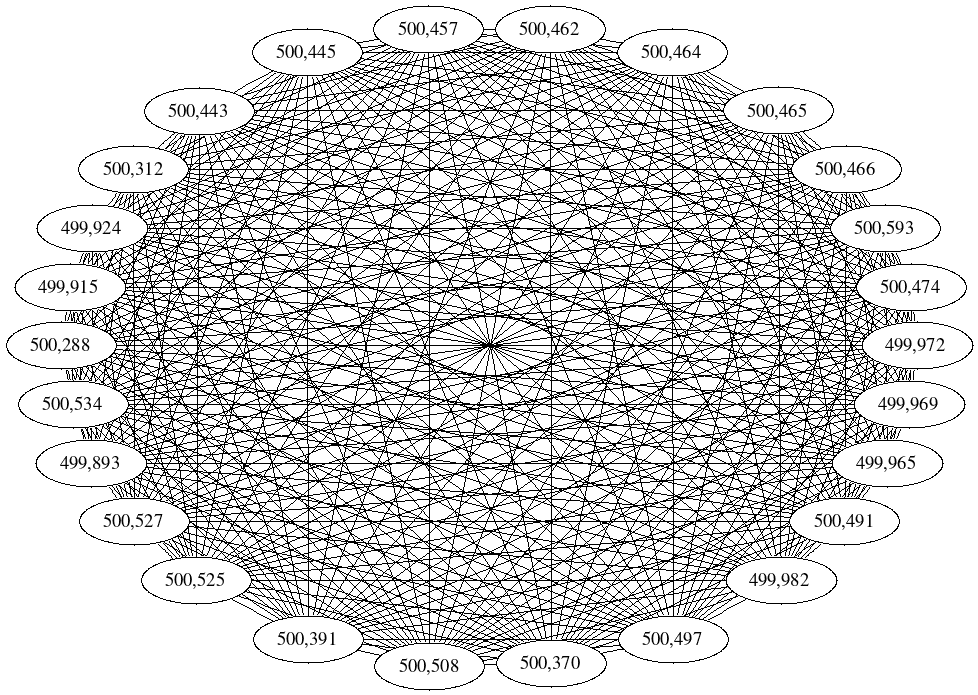
This is notebooks/graphs/BACTEROIDALES_cc4.png from fedarko/sheepgut, a Graphviz export, as it was before one commit. Its source is kept beside it as notebooks/graphs/BACTEROIDALES_cc4.gv.
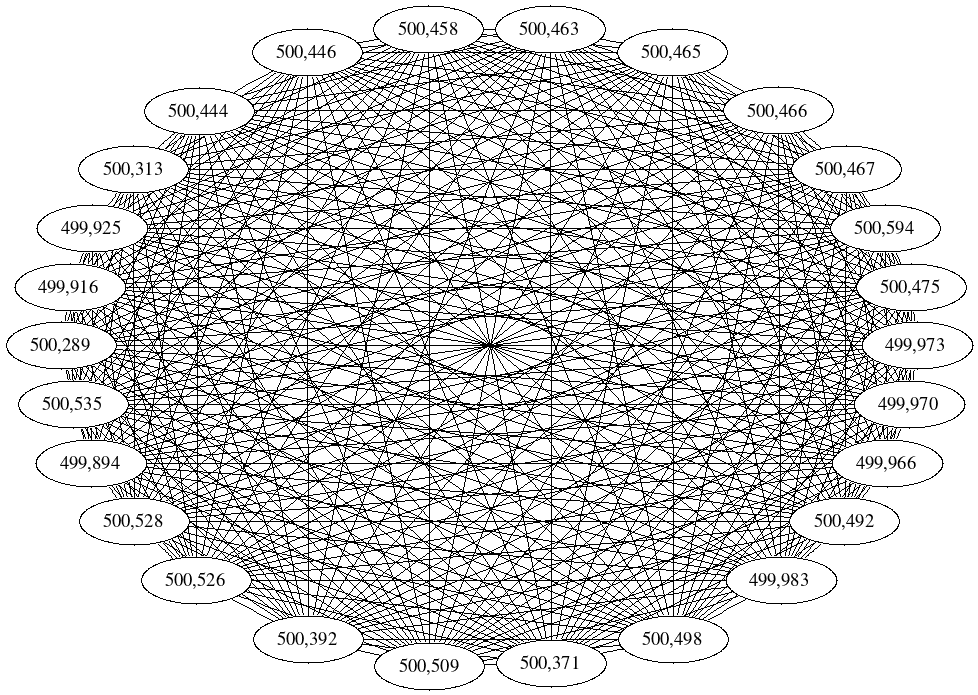
After the commit.

What changed in the source:
```diff
@@ -1,355 +1,355 @@
 graph BACTEROIDALES_cc4 {
 	overlap="prism50";
 	outputorder="edgesfirst";
-	"499,969" [style="filled", fillcolor="#ffffff", fontcolor="#000000"];
-	"499,972" [style="filled", fillcolor="#ffffff", fontcolor="#000000"];
-	"500,491" [style="filled", fillcolor="#ffffff", fontcolor="#000000"];
-	"499,982" [style="filled", fillcolor="#ffffff", fontcolor="#000000"];
-	"500,497" [style="filled", fillcolor="#ffffff", fontcolor="#000000"];
-	"500,370" [style="filled", fillcolor="#ffffff", fontcolor="#000000"];
-	"500,508" [style="filled", fillcolor="#ffffff", fontcolor="#000000"];
-	"500,391" [style="filled", fillcolor="#ffffff", fontcolor="#000000"];
-	"500,525" [style="filled", fillcolor="#ffffff", fontcolor="#000000"];
-	"500,527" [style="filled", fillcolor="#ffffff", fontcolor="#000000"];
-	"499,893" [style="filled", fillcolor="#ffffff", fontcolor="#000000"];
-	"500,534" [style="filled", fillcolor="#ffffff", fontcolor="#000000"];
-	"500,288" [style="filled", fillcolor="#ffffff", fontcolor="#000000"];
-	"499,915" [style="filled", fillcolor="#ffffff", fontcolor="#000000"];
-	"499,924" [style="filled", fillcolor="#ffffff", fontcolor="#000000"];
-	"500,312" [style="filled", fillcolor="#ffffff", fontcolor="#000000"];
-	"500,443" [style="filled", fillcolor="#ffffff", fontcolor="#000000"];
-	"500,445" [style="filled", fillcolor="#ffffff", fontcolor="#000000"];
-	"500,457" [style="filled", fillcolor="#ffffff", fontcolor="#000000"];
-	"500,462" [style="filled", fillcolor="#ffffff", fontcolor="#000000"];
-	"500,464" [style="filled", fillcolor="#ffffff", fontcolor="#000000"];
+	"499,970" [style="filled", fillcolor="#ffffff", fontcolor="#000000"];
+	"499,973" [style="filled", fillcolor="#ffffff", fontcolor="#000000"];
+	"500,492" [style="filled", fillcolor="#ffffff", fontcolor="#000000"];
+	"499,983" [style="filled", fillcolor="#ffffff", fontcolor="#000000"];
+	"500,498" [style="filled", fillcolor="#ffffff", fontcolor="#000000"];
+	"500,371" [style="filled", fillcolor="#ffffff", fontcolor="#000000"];
+	"500,509" [style="filled", fillcolor="#ffffff", fontcolor="#000000"];
+	"500,392" [style="filled", fillcolor="#ffffff", fontcolor="#000000"];
+	"500,526" [style="filled", fillcolor="#ffffff", fontcolor="#000000"];
+	"500,528" [style="filled", fillcolor="#ffffff", fontcolor="#000000"];
+	"499,894" [style="filled", fillcolor="#ffffff", fontcolor="#000000"];
+	"500,535" [style="filled", fillcolor="#ffffff", fontcolor="#000000"];
+	"500,289" [style="filled", fillcolor="#ffffff", fontcolor="#000000"];
+	"499,916" [style="filled", fillcolor="#ffffff", fontcolor="#000000"];
+	"499,925" [style="filled", fillcolor="#ffffff", fontcolor="#000000"];
+	"500,313" [style="filled", fillcolor="#ffffff", fontcolor="#000000"];
+	"500,444" [style="filled", fillcolor="#ffffff", fontcolor="#000000"];
+	"500,446" [style="filled", fillcolor="#ffffff", fontcolor="#000000"];
+	"500,458" [style="filled", fillcolor="#ffffff", fontcolor="#000000"];
+	"500,463" [style="filled", fillcolor="#ffffff", fontcolor="#000000"];
 	"500,465" [style="filled", fillcolor="#ffffff", fontcolor="#000000"];
 	"500,466" [style="filled", fillcolor="#ffffff", fontcolor="#000000"];
-	"500,593" [style="filled", fillcolor="#ffffff", fontcolor="#000000"];
-	"500,474" [style="filled", fillcolor="#ffffff", fontcolor="#000000"];
-	"499,965" [style="filled", fillcolor="#ffffff", fontcolor="#000000"];
-	"499,969" -- "499,893";
-	"499,969" -- "499,915";
-	"499,969" -- "499,924";
-	"499,969" -- "499,965";
-	"499,969" -- "499,972";
-	"499,969" -- "499,982";
-	"499,969" -- "500,288";
-	"499,969" -- "500,312";
-	"499,969" -- "500,370";
-	"499,969" -- "500,443";
-	"499,969" -- "500,445";
-	"499,969" -- "500,457";
-	"499,969" -- "500,462";
-	"499,969" -- "500,464";
-	"499,969" -- "500,465";
-	"499,969" -- "500,466";
-	"499,969" -- "500,474";
-	"499,969" -- "500,491";
-	"499,969" -- "500,497";
-	"499,969" -- "500,508";
-	"499,969" -- "500,525";
-	"499,969" -- "500,527";
-	"499,969" -- "500,534";
-	"499,969" -- "500,593";
-	"499,969" -- "500,391";
-	"499,972" -- "499,893";
-	"499,972" -- "499,915";
-	"499,972" -- "499,924";
-	"499,972" -- "499,965";
-	"499,972" -- "499,982";
-	"499,972" -- "500,288";
-	"499,972" -- "500,312";
-	"499,972" -- "500,370";
-	"499,972" -- "500,443";
-	"499,972" -- "500,445";
-	"499,972" -- "500,457";
-	"499,972" -- "500,462";
-	"499,972" -- "500,464";
-	"499,972" -- "500,465";
-	"499,972" -- "500,466";
-	"499,972" -- "500,474";
-	"499,972" -- "500,491";
-	"499,972" -- "500,497";
-	"499,972" -- "500,508";
-	"499,972" -- "500,525";
-	"499,972" -- "500,527";
-	"499,972" -- "500,534";
-	"499,972" -- "500,593";
-	"499,972" -- "500,391";
-	"500,491" -- "499,893";
-	"500,491" -- "499,915";
-	"500,491" -- "499,924";
-	"500,491" -- "499,965";
-	"500,491" -- "499,982";
-	"500,491" -- "500,288";
-	"500,491" -- "500,312";
-	"500,491" -- "500,370";
-	"500,491" -- "500,443";
-	"500,491" -- "500,445";
-	"500,491" -- "500,457";
-	"500,491" -- "500,462";
-	"500,491" -- "500,464";
-	"500,491" -- "500,465";
-	"500,491" -- "500,466";
-	"500,491" -- "500,474";
-	"500,491" -- "500,497";
-	"500,491" -- "500,508";
-	"500,491" -- "500,525";
-	"500,491" -- "500,527";
-	"500,491" -- "500,534";
-	"500,491" -- "500,593";
-	"500,491" -- "500,391";
-	"499,982" -- "499,893";
-	"499,982" -- "499,915";
-	"499,982" -- "499,924";
-	"499,982" -- "499,965";
-	"499,982" -- "500,288";
-	"499,982" -- "500,312";
-	"499,982" -- "500,370";
-	"499,982" -- "500,443";
-	"499,982" -- "500,445";
-	"499,982" -- "500,457";
-	"499,982" -- "500,462";
-	"499,982" -- "500,464";
-	"499,982" -- "500,465";
-	"499,982" -- "500,466";
-	"499,982" -- "500,474";
-	"499,982" -- "500,497";
-	"499,982" -- "500,508";
-	"499,982" -- "500,525";
-	"499,982" -- "500,527";
-	"499,982" -- "500,534";
-	"499,982" -- "500,593";
-	"499,982" -- "500,391";
-	"500,497" -- "499,893";
-	"500,497" -- "499,915";
-	"500,497" -- "499,924";
-	"500,497" -- "499,965";
-	"500,497" -- "500,288";
-	"500,497" -- "500,312";
-	"500,497" -- "500,370";
-	"500,497" -- "500,443";
-	"500,497" -- "500,445";
-	"500,497" -- "500,457";
-	"500,497" -- "500,462";
-	"500,497" -- "500,464";
-	"500,497" -- "500,465";
-	"500,497" -- "500,466";
-	"500,497" -- "500,474";
-	"500,497" -- "500,508";
-	"500,497" -- "500,525";
-	"500,497" -- "500,527";
-	"500,497" -- "500,534";
-	"500,497" -- "500,593";
-	"500,497" -- "500,391";
-	"500,370" -- "499,893";
-	"500,370" -- "499,915";
-	"500,370" -- "499,924";
-	"500,370" -- "499,965";
-	"500,370" -- "500,288";
-	"500,370" -- "500,312";
-	"500,370" -- "500,443";
-	"500,370" -- "500,445";
-	"500,370" -- "500,457";
-	"500,370" -- "500,462";
-	"500,370" -- "500,464";
-	"500,370" -- "500,465";
-	"500,370" -- "500,466";
-	"500,370" -- "500,474";
-	"500,370" -- "500,508";
-	"500,370" -- "500,525";
-	"500,370" -- "500,527";
-	"500,370" -- "500,534";
-	"500,370" -- "500,593";
-	"500,370" -- "500,391";
-	"500,508" -- "499,893";
-	"500,508" -- "499,915";
-	"500,508" -- "499,924";
-	"500,508" -- "499,965";
-	"500,508" -- "500,288";
-	"500,508" -- "500,312";
-	"500,508" -- "500,443";
-	"500,508" -- "500,445";
-	"500,508" -- "500,457";
-	"500,508" -- "500,462";
-	"500,508" -- "500,464";
-	"500,508" -- "500,465";
-	"500,508" -- "500,466";
-	"500,508" -- "500,474";
-	"500,508" -- "500,525";
-	"500,508" -- "500,527";
-	"500,508" -- "500,534";
-	"500,508" -- "500,593";
-	"500,508" -- "500,391";
-	"500,391" -- "499,893";
-	"500,391" -- "499,915";
-	"500,391" -- "499,924";
-	"500,391" -- "499,965";
-	"500,391" -- "500,288";
-	"500,391" -- "500,312";
-	"500,391" -- "500,443";
-	"500,391" -- "500,445";
-	"500,391" -- "500,457";
-	"500,391" -- "500,462";
-	"500,391" -- "500,464";
-	"500,391" -- "500,465";
-	"500,391" -- "500,466";
-	"500,391" -- "500,474";
-	"500,391" -- "500,525";
-	"500,391" -- "500,527";
-	"500,391" -- "500,534";
-	"500,391" -- "500,593";
-	"500,525" -- "499,893";
-	"500,525" -- "499,915";
-	"500,525" -- "499,924";
-	"500,525" -- "499,965";
-	"500,525" -- "500,288";
-	"500,525" -- "500,312";
-	"500,525" -- "500,443";
-	"500,525" -- "500,445";
-	"500,525" -- "500,457";
-	"500,525" -- "500,462";
-	"500,525" -- "500,464";
-	"500,525" -- "500,465";
-	"500,525" -- "500,466";
-	"500,525" -- "500,474";
-	"500,525" -- "500,527";
-	"500,525" -- "500,534";
-	"500,525" -- "500,593";
-	"500,527" -- "499,893";
-	"500,527" -- "499,915";
-	"500,527" -- "499,924";
-	"500,527" -- "499,965";
-	"500,527" -- "500,288";
-	"500,527" -- "500,312";
-	"500,527" -- "500,443";
-	"500,527" -- "500,445";
-	"500,527" -- "500,457";
-	"500,527" -- "500,462";
-	"500,527" -- "500,464";
-	"500,527" -- "500,465";
-	"500,527" -- "500,466";
-	"500,527" -- "500,474";
-	"500,527" -- "500,534";
-	"500,527" -- "500,593";
-	"499,893" -- "499,915";
-	"499,893" -- "499,924";
-	"499,893" -- "499,965";
-	"499,893" -- "500,288";
-	"499,893" -- "500,312";
-	"499,893" -- "500,443";
-	"499,893" -- "500,445";
-	"499,893" -- "500,457";
-	"499,893" -- "500,462";
-	"499,893" -- "500,464";
-	"499,893" -- "500,465";
-	"499,893" -- "500,466";
-	"499,893" -- "500,474";
-	"499,893" -- "500,534";
-	"499,893" -- "500,593";
-	"500,534" -- "499,915";
-	"500,534" -- "499,924";
-	"500,534" -- "499,965";
-	"500,534" -- "500,288";
-	"500,534" -- "500,312";
-	"500,534" -- "500,443";
-	"500,534" -- "500,445";
-	"500,534" -- "500,457";
-	"500,534" -- "500,462";
-	"500,534" -- "500,464";
-	"500,534" -- "500,465";
-	"500,534" -- "500,466";
-	"500,534" -- "500,474";
-	"500,534" -- "500,593";
-	"500,288" -- "499,915";
-	"500,288" -- "499,924";
-	"500,288" -- "499,965";
-	"500,288" -- "500,312";
-	"500,288" -- "500,443";
-	"500,288" -- "500,445";
-	"500,288" -- "500,457";
-	"500,288" -- "500,462";
-	"500,288" -- "500,464";
-	"500,288" -- "500,465";
-	"500,288" -- "500,466";
-	"500,288" -- "500,474";
-	"500,288" -- "500,593";
-	"499,915" -- "499,924";
-	"499,915" -- "499,965";
-	"499,915" -- "500,312";
-	"499,915" -- "500,443";
-	"499,915" -- "500,445";
-	"499,915" -- "500,457";
-	"499,915" -- "500,462";
-	"499,915" -- "500,464";
-	"499,915" -- "500,465";
-	"499,915" -- "500,466";
-	"499,915" -- "500,474";
-	"499,915" -- "500,593";
-	"499,924" -- "499,965";
-	"499,924" -- "500,312";
-	"499,924" -- "500,443";
-	"499,924" -- "500,445";
-	"499,924" -- "500,457";
-	"499,924" -- "500,462";
-	"499,924" -- "500,464";
-	"499,924" -- "500,465";
-	"499,924" -- "500,466";
-	"499,924" -- "500,474";
-	"499,924" -- "500,593";
-	"500,312" -- "499,965";
-	"500,312" -- "500,443";
-	"500,312" -- "500,445";
-	"500,312" -- "500,457";
-	"500,312" -- "500,462";
-	"500,312" -- "500,464";
-	"500,312" -- "500,465";
-	"500,312" -- "500,466";
-	"500,312" -- "500,474";
-	"500,312" -- "500,593";
-	"500,443" -- "499,965";
-	"500,443" -- "500,445";
-	"500,443" -- "500,457";
-	"500,443" -- "500,462";
-	"500,443" -- "500,464";
-	"500,443" -- "500,465";
-	"500,443" -- "500,466";
-	"500,443" -- "500,474";
-	"500,443" -- "500,593";
-	"500,445" -- "499,965";
-	"500,445" -- "500,457";
-	"500,445" -- "500,462";
-	"500,445" -- "500,464";
-	"500,445" -- "500,465";
-	"500,445" -- "500,466";
-	"500,445" -- "500,474";
-	"500,445" -- "500,593";
-	"500,457" -- "499,965";
-	"500,457" -- "500,462";
-	"500,457" -- "500,464";
-	"500,457" -- "500,465";
-	"500,457" -- "500,466";
-	"500,457" -- "500,474";
-	"500,457" -- "500,593";
-	"500,462" -- "499,965";
-	"500,462" -- "500,464";
-	"500,462" -- "500,465";
-	"500,462" -- "500,466";
-	"500,462" -- "500,474";
-	"500,462" -- "500,593";
-	"500,464" -- "499,965";
-	"500,464" -- "500,465";
-	"500,464" -- "500,466";
-	"500,464" -- "500,474";
-	"500,464" -- "500,593";
-	"500,465" -- "499,965";
+	"500,467" [style="filled", fillcolor="#ffffff", fontcolor="#000000"];
+	"500,594" [style="filled", fillcolor="#ffffff", fontcolor="#000000"];
+	"500,475" [style="filled", fillcolor="#ffffff", fontcolor="#000000"];
+	"499,966" [style="filled", fillcolor="#ffffff", fontcolor="#000000"];
+	"499,970" -- "499,894";
+	"499,970" -- "499,916";
+	"499,970" -- "499,925";
+	"499,970" -- "499,966";
+	"499,970" -- "499,973";
+	"499,970" -- "499,983";
+	"499,970" -- "500,289";
+	"499,970" -- "500,313";
+	"499,970" -- "500,371";
+	"499,970" -- "500,444";
+	"499,970" -- "500,446";
+	"499,970" -- "500,458";
+	"499,970" -- "500,463";
+	"499,970" -- "500,465";
+	"499,970" -- "500,466";
+	"499,970" -- "500,467";
+	"499,970" -- "500,475";
+	"499,970" -- "500,492";
+	"499,970" -- "500,498";
+	"499,970" -- "500,509";
+	"499,970" -- "500,526";
+	"499,970" -- "500,528";
+	"499,970" -- "500,535";
+	"499,970" -- "500,594";
+	"499,970" -- "500,392";
+	"499,973" -- "499,894";
+	"499,973" -- "499,916";
+	"499,973" -- "499,925";
+	"499,973" -- "499,966";
+	"499,973" -- "499,983";
+	"499,973" -- "500,289";
+	"499,973" -- "500,313";
+	"499,973" -- "500,371";
+	"499,973" -- "500,444";
+	"499,973" -- "500,446";
+	"499,973" -- "500,458";
+	"499,973" -- "500,463";
+	"499,973" -- "500,465";
+	"499,973" -- "500,466";
+	"499,973" -- "500,467";
+	"499,973" -- "500,475";
+	"499,973" -- "500,492";
+	"499,973" -- "500,498";
+	"499,973" -- "500,509";
+	"499,973" -- "500,526";
+	"499,973" -- "500,528";
+	"499,973" -- "500,535";
+	"499,973" -- "500,594";
+	"499,973" -- "500,392";
+	"500,492" -- "499,894";
+	"500,492" -- "499,916";
+	"500,492" -- "499,925";
+	"500,492" -- "499,966";
+	"500,492" -- "499,983";
+	"500,492" -- "500,289";
+	"500,492" -- "500,313";
+	"500,492" -- "500,371";
+	"500,492" -- "500,444";
+	"500,492" -- "500,446";
+	"500,492" -- "500,458";
+	"500,492" -- "500,463";
+	"500,492" -- "500,465";
+	"500,492" -- "500,466";
+	"500,492" -- "500,467";
+	"500,492" -- "500,475";
+	"500,492" -- "500,498";
+	"500,492" -- "500,509";
+	"500,492" -- "500,526";
+	"500,492" -- "500,528";
+	"500,492" -- "500,535";
+	"500,492" -- "500,594";
+	"500,492" -- "500,392";
+	"499,983" -- "499,894";
+	"499,983" -- "499,916";
+	"499,983" -- "499,925";
+	"499,983" -- "499,966";
+	"499,983" -- "500,289";
+	"499,983" -- "500,313";
+	"499,983" -- "500,371";
+	"499,983" -- "500,444";
+	"499,983" -- "500,446";
+	"499,983" -- "500,458";
+	"499,983" -- "500,463";
+	"499,983" -- "500,465";
+	"499,983" -- "500,466";
+	"499,983" -- "500,467";
+	"499,983" -- "500,475";
+	"499,983" -- "500,498";
+	"499,983" -- "500,509";
+	"499,983" -- "500,526";
+	"499,983" -- "500,528";
+	"499,983" -- "500,535";
+	"499,983" -- "500,594";
+	"499,983" -- "500,392";
+	"500,498" -- "499,894";
+	"500,498" -- "499,916";
+	"500,498" -- "499,925";
+	"500,498" -- "499,966";
+	"500,498" -- "500,289";
+	"500,498" -- "500,313";
+	"500,498" -- "500,371";
+	"500,498" -- "500,444";
+	"500,498" -- "500,446";
+	"500,498" -- "500,458";
+	"500,498" -- "500,463";
+	"500,498" -- "500,465";
+	"500,498" -- "500,466";
+	"500,498" -- "500,467";
+	"500,498" -- "500,475";
+	"500,498" -- "500,509";
+	"500,498" -- "500,526";
+	"500,498" -- "500,528";
+	"500,498" -- "500,535";
+	"500,498" -- "500,594";
+	"500,498" -- "500,392";
+	"500,371" -- "499,894";
+	"500,371" -- "499,916";
+	"500,371" -- "499,925";
+	"500,371" -- "499,966";
+	"500,371" -- "500,289";
+	"500,371" -- "500,313";
+	"500,371" -- "500,444";
+	"500,371" -- "500,446";
+	"500,371" -- "500,458";
+	"500,371" -- "500,463";
+	"500,371" -- "500,465";
+	"500,371" -- "500,466";
+	"500,371" -- "500,467";
+	"500,371" -- "500,475";
+	"500,371" -- "500,509";
+	"500,371" -- "500,526";
+	"500,371" -- "500,528";
+	"500,371" -- "500,535";
+	"500,371" -- "500,594";
+	"500,371" -- "500,392";
+	"500,509" -- "499,894";
+	"500,509" -- "499,916";
+	"500,509" -- "499,925";
+	"500,509" -- "499,966";
+	"500,509" -- "500,289";
+	"500,509" -- "500,313";
+	"500,509" -- "500,444";
+	"500,509" -- "500,446";
+	"500,509" -- "500,458";
+	"500,509" -- "500,463";
+	"500,509" -- "500,465";
+	"500,509" -- "500,466";
+	"500,509" -- "500,467";
+	"500,509" -- "500,475";
+	"500,509" -- "500,526";
+	"500,509" -- "500,528";
+	"500,509" -- "500,535";
+	"500,509" -- "500,594";
+	"500,509" -- "500,392";
+	"500,392" -- "499,894";
+	"500,392" -- "499,916";
+	"500,392" -- "499,925";
+	"500,392" -- "499,966";
+	"500,392" -- "500,289";
+	"500,392" -- "500,313";
+	"500,392" -- "500,444";
+	"500,392" -- "500,446";
+	"500,392" -- "500,458";
+	"500,392" -- "500,463";
+	"500,392" -- "500,465";
+	"500,392" -- "500,466";
+	"500,392" -- "500,467";
+	"500,392" -- "500,475";
+	"500,392" -- "500,526";
+	"500,392" -- "500,528";
+	"500,392" -- "500,535";
+	"500,392" -- "500,594";
+	"500,526" -- "499,894";
+	"500,526" -- "499,916";
+	"500,526" -- "499,925";
+	"500,526" -- "499,966";
+	"500,526" -- "500,289";
+	"500,526" -- "500,313";
+	"500,526" -- "500,444";
+	"500,526" -- "500,446";
+	"500,526" -- "500,458";
+	"500,526" -- "500,463";
+	"500,526" -- "500,465";
+	"500,526" -- "500,466";
+	"500,526" -- "500,467";
+	"500,526" -- "500,475";
+	"500,526" -- "500,528";
+	"500,526" -- "500,535";
+	"500,526" -- "500,594";
+	"500,528" -- "499,894";
+	"500,528" -- "499,916";
+	"500,528" -- "499,925";
+	"500,528" -- "499,966";
+	"500,528" -- "500,289";
+	"500,528" -- "500,313";
+	"500,528" -- "500,444";
+	"500,528" -- "500,446";
+	"500,528" -- "500,458";
+	"500,528" -- "500,463";
+	"500,528" -- "500,465";
+	"500,528" -- "500,466";
+	"500,528" -- "500,467";
+	"500,528" -- "500,475";
+	"500,528" -- "500,535";
+	"500,528" -- "500,594";
+	"499,894" -- "499,916";
+	"499,894" -- "499,925";
+	"499,894" -- "499,966";
+	"499,894" -- "500,289";
+	"499,894" -- "500,313";
+	"499,894" -- "500,444";
+	"499,894" -- "500,446";
+	"499,894" -- "500,458";
+	"499,894" -- "500,463";
+	"499,894" -- "500,465";
+	"499,894" -- "500,466";
+	"499,894" -- "500,467";
+	"499,894" -- "500,475";
+	"499,894" -- "500,535";
+	"499,894" -- "500,594";
+	"500,535" -- "499,916";
+	"500,535" -- "499,925";
+	"500,535" -- "499,966";
+	"500,535" -- "500,289";
+	"500,535" -- "500,313";
+	"500,535" -- "500,444";
+	"500,535" -- "500,446";
+	"500,535" -- "500,458";
+	"500,535" -- "500,463";
+	"500,535" -- "500,465";
+	"500,535" -- "500,466";
+	"500,535" -- "500,467";
+	"500,535" -- "500,475";
+	"500,535" -- "500,594";
+	"500,289" -- "499,916";
+	"500,289" -- "499,925";
+	"500,289" -- "499,966";
+	"500,289" -- "500,313";
+	"500,289" -- "500,444";
+	"500,289" -- "500,446";
+	"500,289" -- "500,458";
+	"500,289" -- "500,463";
+	"500,289" -- "500,465";
+	"500,289" -- "500,466";
+	"500,289" -- "500,467";
+	"500,289" -- "500,475";
+	"500,289" -- "500,594";
+	"499,916" -- "499,925";
+	"499,916" -- "499,966";
+	"499,916" -- "500,313";
+	"499,916" -- "500,444";
+	"499,916" -- "500,446";
+	"499,916" -- "500,458";
+	"499,916" -- "500,463";
+	"499,916" -- "500,465";
+	"499,916" -- "500,466";
+	"499,916" -- "500,467";
+	"499,916" -- "500,475";
+	"499,916" -- "500,594";
+	"499,925" -- "499,966";
+	"499,925" -- "500,313";
+	"499,925" -- "500,444";
+	"499,925" -- "500,446";
+	"499,925" -- "500,458";
+	"499,925" -- "500,463";
+	"499,925" -- "500,465";
+	"499,925" -- "500,466";
+	"499,925" -- "500,467";
+	"499,925" -- "500,475";
+	"499,925" -- "500,594";
+	"500,313" -- "499,966";
+	"500,313" -- "500,444";
+	"500,313" -- "500,446";
+	"500,313" -- "500,458";
+	"500,313" -- "500,463";
+	"500,313" -- "500,465";
+	"500,313" -- "500,466";
+	"500,313" -- "500,467";
+	"500,313" -- "500,475";
+	"500,313" -- "500,594";
+	"500,444" -- "499,966";
+	"500,444" -- "500,446";
+	"500,444" -- "500,458";
+	"500,444" -- "500,463";
+	"500,444" -- "500,465";
+	"500,444" -- "500,466";
+	"500,444" -- "500,467";
+	"500,444" -- "500,475";
+	"500,444" -- "500,594";
+	"500,446" -- "499,966";
+	"500,446" -- "500,458";
+	"500,446" -- "500,463";
+	"500,446" -- "500,465";
+	"500,446" -- "500,466";
+	"500,446" -- "500,467";
+	"500,446" -- "500,475";
+	"500,446" -- "500,594";
+	"500,458" -- "499,966";
+	"500,458" -- "500,463";
+	"500,458" -- "500,465";
+	"500,458" -- "500,466";
+	"500,458" -- "500,467";
+	"500,458" -- "500,475";
+	"500,458" -- "500,594";
+	"500,463" -- "499,966";
+	"500,463" -- "500,465";
+	"500,463" -- "500,466";
+	"500,463" -- "500,467";
+	"500,463" -- "500,475";
+	"500,463" -- "500,594";
+	"500,465" -- "499,966";
 	"500,465" -- "500,466";
-	"500,465" -- "500,474";
-	"500,465" -- "500,593";
-	"500,466" -- "499,965";
-	"500,466" -- "500,474";
-	"500,466" -- "500,593";
-	"500,593" -- "499,965";
-	"500,593" -- "500,474";
-	"500,474" -- "499,965";
+	"500,465" -- "500,467";
+	"500,465" -- "500,475";
+	"500,465" -- "500,594";
+	"500,466" -- "499,966";
+	"500,466" -- "500,467";
+	"500,466" -- "500,475";
+	"500,466" -- "500,594";
+	"500,467" -- "499,966";
+	"500,467" -- "500,475";
+	"500,467" -- "500,594";
+	"500,594" -- "499,966";
+	"500,594" -- "500,475";
+	"500,475" -- "499,966";
 }
```
